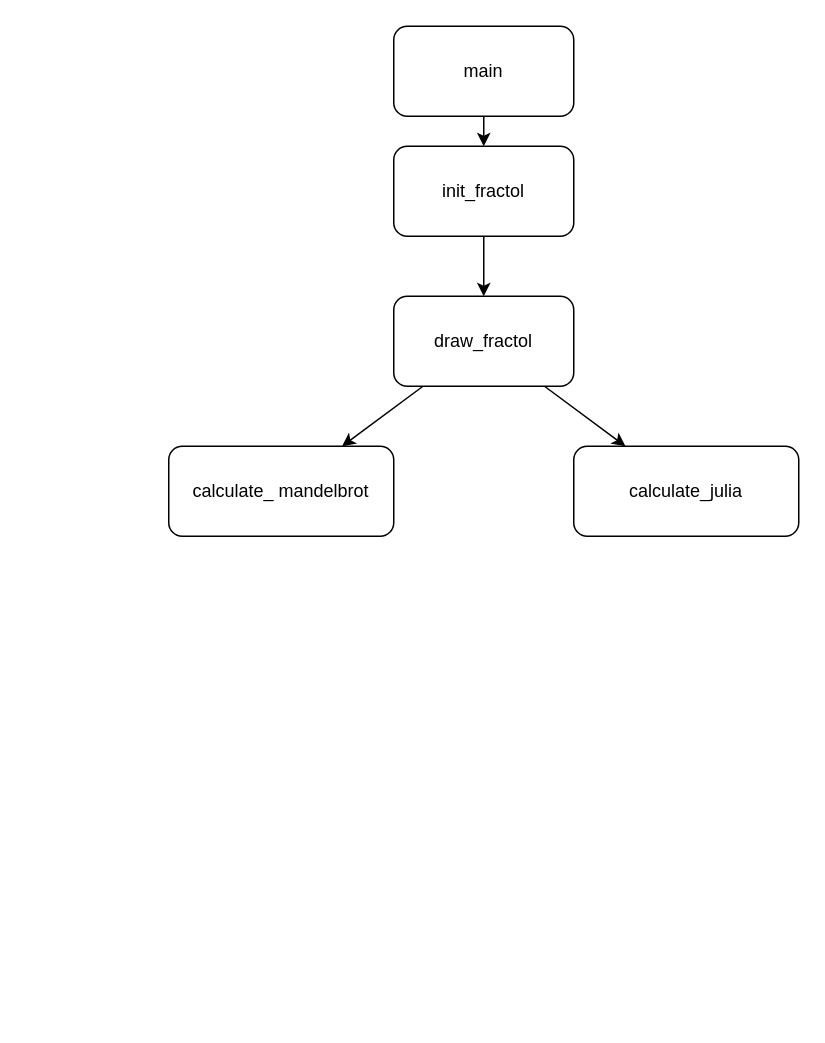
antoan02bb/fract-ol keeps this draw.io diagram as structure.dio. Above is the earlier version. Source tidied: cells renumbered, new cells numbered last; positions are measured from the earlier drawing's top-left corner, leaving out a move shared by most shapes. Both pictures are drawn from the tidied source at 150%, with x=0, y=0 at pixel (168, 26).
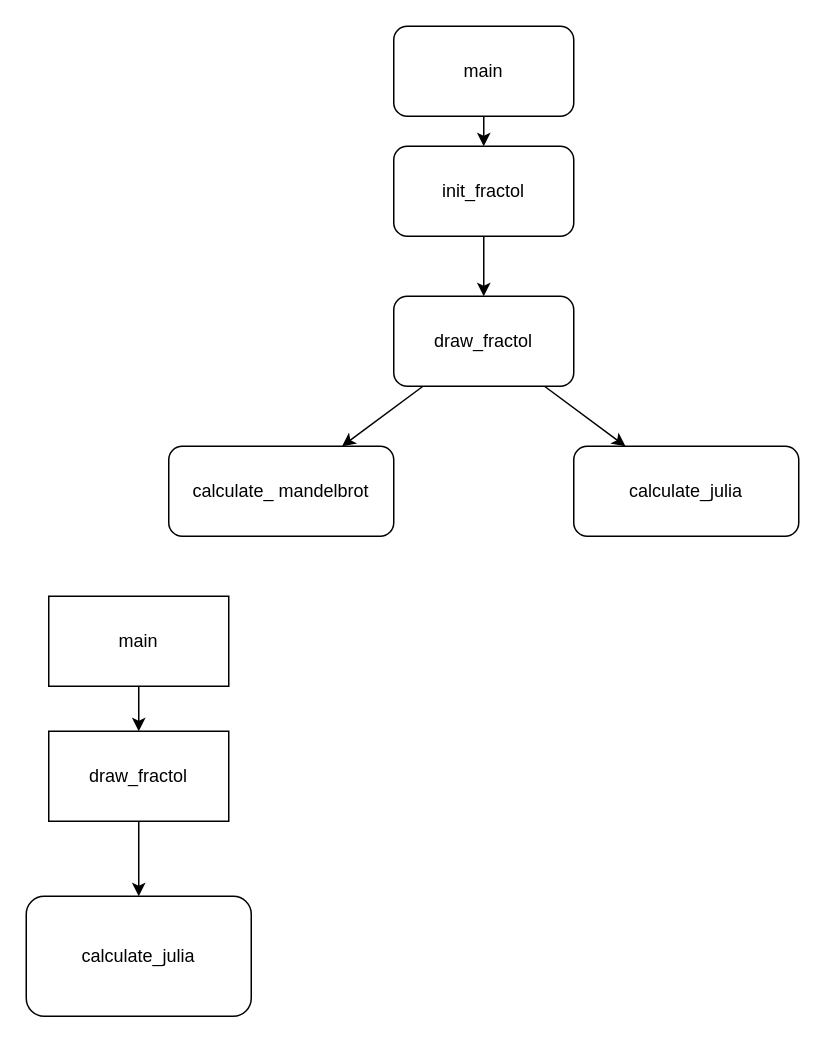
After the change.

What changed in the source:
```diff
@@
 <mxGraphModel>
   <root>
     <mxCell id="0" />
     <mxCell id="1" parent="0" />
     <mxCell id="2" value="calculate_julia" style="rounded=1;whiteSpace=wrap;html=1;" parent="1" vertex="1">
       <mxGeometry x="270" y="280" width="150" height="60" as="geometry" />
     </mxCell>
     <mxCell id="3" value="calculate_ mandelbrot" style="rounded=1;whiteSpace=wrap;html=1;" parent="1" vertex="1">
       <mxGeometry y="280" width="150" height="60" as="geometry" />
     </mxCell>
     <mxCell id="4" style="edgeStyle=none;html=1;fontSize=3;" parent="1" edge="1" source="6" target="3">
       <mxGeometry relative="1" as="geometry" />
     </mxCell>
     <mxCell id="5" style="edgeStyle=none;html=1;fontSize=3;" parent="1" edge="1" source="6" target="2">
       <mxGeometry relative="1" as="geometry" />
     </mxCell>
     <mxCell id="6" value="draw_fractol" style="rounded=1;whiteSpace=wrap;html=1;" parent="1" vertex="1">
       <mxGeometry x="150" y="180" width="120" height="60" as="geometry" />
     </mxCell>
     <mxCell id="7" style="edgeStyle=none;html=1;fontSize=3;" parent="1" edge="1" source="8" target="10">
       <mxGeometry relative="1" as="geometry" />
     </mxCell>
     <mxCell id="8" value="main" style="rounded=1;whiteSpace=wrap;html=1;" parent="1" vertex="1">
       <mxGeometry x="150" width="120" height="60" as="geometry" />
     </mxCell>
     <mxCell id="9" style="edgeStyle=none;html=1;fontSize=3;" parent="1" edge="1" source="10" target="6">
       <mxGeometry relative="1" as="geometry" />
     </mxCell>
     <mxCell id="10" value="init_fractol" style="rounded=1;whiteSpace=wrap;html=1;" parent="1" vertex="1">
       <mxGeometry x="150" y="80" width="120" height="60" as="geometry" />
     </mxCell>
+    <mxCell id="11" value="calculate_julia" style="rounded=1;whiteSpace=wrap;html=1;" parent="1" vertex="1">
+      <mxGeometry x="-95" y="580" width="150" height="80" as="geometry" />
+    </mxCell>
+    <mxCell id="12" style="edgeStyle=none;html=1;" parent="1" edge="1" source="13" target="11">
+      <mxGeometry relative="1" as="geometry" />
+    </mxCell>
+    <mxCell id="13" value="draw_fractol" style="rounded=0;whiteSpace=wrap;html=1;" parent="1" vertex="1">
+      <mxGeometry x="-80" y="470" width="120" height="60" as="geometry" />
+    </mxCell>
+    <mxCell id="14" style="edgeStyle=none;html=1;" parent="1" edge="1" source="15" target="13">
+      <mxGeometry relative="1" as="geometry" />
+    </mxCell>
+    <mxCell id="15" value="main" style="rounded=0;whiteSpace=wrap;html=1;" parent="1" vertex="1">
+      <mxGeometry x="-80" y="380" width="120" height="60" as="geometry" />
+    </mxCell>
   </root>
 </mxGraphModel>
```
